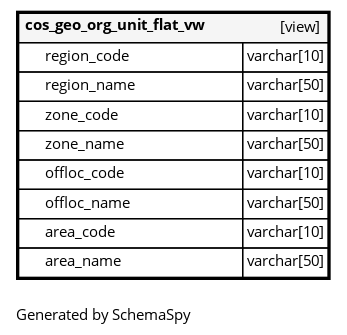
bcgov/nr-compliance-enforcement keeps this Graphviz diagram as schemaspy/diagrams/tables/cos_geo_org_unit_flat_vw.1degree.png. Above is the earlier version. Its source is kept beside it as schemaspy/diagrams/tables/cos_geo_org_unit_flat_vw.1degree.dot.
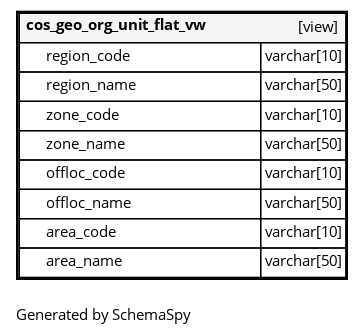
After the commit.

The edit, as a diff of the source:
```diff
@@ -3,15 +3,15 @@
   "cos_geo_org_unit_flat_vw" [
    label=<
     <TABLE BORDER="2" CELLBORDER="1" CELLSPACING="0" BGCOLOR="#ffffff">
-      <TR><TD COLSPAN="4"  BGCOLOR="#f5f5f5"><TABLE BORDER="0" CELLSPACING="0"><TR><TD ALIGN="LEFT" FIXEDSIZE="TRUE" WIDTH="147" HEIGHT="16"><B>cos_geo_org_unit_flat_vw</B></TD><TD ALIGN="RIGHT">[view]</TD></TR></TABLE></TD></TR>
-      <TR><TD PORT="region_code" COLSPAN="2" ALIGN="LEFT"><TABLE BORDER="0" CELLSPACING="0" ALIGN="LEFT"><TR ALIGN="LEFT"><TD ALIGN="LEFT" FIXEDSIZE="TRUE" WIDTH="15" HEIGHT="16"></TD><TD ALIGN="LEFT" FIXEDSIZE="TRUE" WIDTH="147" HEIGHT="16">region_code</TD></TR></TABLE></TD><TD PORT="region_code.type" ALIGN="LEFT">varchar[10]</TD></TR>
-      <TR><TD PORT="region_name" COLSPAN="2" ALIGN="LEFT"><TABLE BORDER="0" CELLSPACING="0" ALIGN="LEFT"><TR ALIGN="LEFT"><TD ALIGN="LEFT" FIXEDSIZE="TRUE" WIDTH="15" HEIGHT="16"></TD><TD ALIGN="LEFT" FIXEDSIZE="TRUE" WIDTH="147" HEIGHT="16">region_name</TD></TR></TABLE></TD><TD PORT="region_name.type" ALIGN="LEFT">varchar[50]</TD></TR>
-      <TR><TD PORT="zone_code" COLSPAN="2" ALIGN="LEFT"><TABLE BORDER="0" CELLSPACING="0" ALIGN="LEFT"><TR ALIGN="LEFT"><TD ALIGN="LEFT" FIXEDSIZE="TRUE" WIDTH="15" HEIGHT="16"></TD><TD ALIGN="LEFT" FIXEDSIZE="TRUE" WIDTH="147" HEIGHT="16">zone_code</TD></TR></TABLE></TD><TD PORT="zone_code.type" ALIGN="LEFT">varchar[10]</TD></TR>
-      <TR><TD PORT="zone_name" COLSPAN="2" ALIGN="LEFT"><TABLE BORDER="0" CELLSPACING="0" ALIGN="LEFT"><TR ALIGN="LEFT"><TD ALIGN="LEFT" FIXEDSIZE="TRUE" WIDTH="15" HEIGHT="16"></TD><TD ALIGN="LEFT" FIXEDSIZE="TRUE" WIDTH="147" HEIGHT="16">zone_name</TD></TR></TABLE></TD><TD PORT="zone_name.type" ALIGN="LEFT">varchar[50]</TD></TR>
-      <TR><TD PORT="offloc_code" COLSPAN="2" ALIGN="LEFT"><TABLE BORDER="0" CELLSPACING="0" ALIGN="LEFT"><TR ALIGN="LEFT"><TD ALIGN="LEFT" FIXEDSIZE="TRUE" WIDTH="15" HEIGHT="16"></TD><TD ALIGN="LEFT" FIXEDSIZE="TRUE" WIDTH="147" HEIGHT="16">offloc_code</TD></TR></TABLE></TD><TD PORT="offloc_code.type" ALIGN="LEFT">varchar[10]</TD></TR>
-      <TR><TD PORT="offloc_name" COLSPAN="2" ALIGN="LEFT"><TABLE BORDER="0" CELLSPACING="0" ALIGN="LEFT"><TR ALIGN="LEFT"><TD ALIGN="LEFT" FIXEDSIZE="TRUE" WIDTH="15" HEIGHT="16"></TD><TD ALIGN="LEFT" FIXEDSIZE="TRUE" WIDTH="147" HEIGHT="16">offloc_name</TD></TR></TABLE></TD><TD PORT="offloc_name.type" ALIGN="LEFT">varchar[50]</TD></TR>
-      <TR><TD PORT="area_code" COLSPAN="2" ALIGN="LEFT"><TABLE BORDER="0" CELLSPACING="0" ALIGN="LEFT"><TR ALIGN="LEFT"><TD ALIGN="LEFT" FIXEDSIZE="TRUE" WIDTH="15" HEIGHT="16"></TD><TD ALIGN="LEFT" FIXEDSIZE="TRUE" WIDTH="147" HEIGHT="16">area_code</TD></TR></TABLE></TD><TD PORT="area_code.type" ALIGN="LEFT">varchar[10]</TD></TR>
-      <TR><TD PORT="area_name" COLSPAN="2" ALIGN="LEFT"><TABLE BORDER="0" CELLSPACING="0" ALIGN="LEFT"><TR ALIGN="LEFT"><TD ALIGN="LEFT" FIXEDSIZE="TRUE" WIDTH="15" HEIGHT="16"></TD><TD ALIGN="LEFT" FIXEDSIZE="TRUE" WIDTH="147" HEIGHT="16">area_name</TD></TR></TABLE></TD><TD PORT="area_name.type" ALIGN="LEFT">varchar[50]</TD></TR>
+      <TR><TD COLSPAN="4"  BGCOLOR="#f5f5f5"><TABLE BORDER="0" CELLSPACING="0"><TR><TD ALIGN="LEFT" FIXEDSIZE="TRUE" WIDTH="160" HEIGHT="16"><B>cos_geo_org_unit_flat_vw</B></TD><TD ALIGN="RIGHT">[view]</TD></TR></TABLE></TD></TR>
+      <TR><TD PORT="region_code" COLSPAN="2" ALIGN="LEFT"><TABLE BORDER="0" CELLSPACING="0" ALIGN="LEFT"><TR ALIGN="LEFT"><TD ALIGN="LEFT" FIXEDSIZE="TRUE" WIDTH="15" HEIGHT="16"></TD><TD ALIGN="LEFT" FIXEDSIZE="TRUE" WIDTH="160" HEIGHT="16">region_code</TD></TR></TABLE></TD><TD PORT="region_code.type" ALIGN="LEFT">varchar[10]</TD></TR>
+      <TR><TD PORT="region_name" COLSPAN="2" ALIGN="LEFT"><TABLE BORDER="0" CELLSPACING="0" ALIGN="LEFT"><TR ALIGN="LEFT"><TD ALIGN="LEFT" FIXEDSIZE="TRUE" WIDTH="15" HEIGHT="16"></TD><TD ALIGN="LEFT" FIXEDSIZE="TRUE" WIDTH="160" HEIGHT="16">region_name</TD></TR></TABLE></TD><TD PORT="region_name.type" ALIGN="LEFT">varchar[50]</TD></TR>
+      <TR><TD PORT="zone_code" COLSPAN="2" ALIGN="LEFT"><TABLE BORDER="0" CELLSPACING="0" ALIGN="LEFT"><TR ALIGN="LEFT"><TD ALIGN="LEFT" FIXEDSIZE="TRUE" WIDTH="15" HEIGHT="16"></TD><TD ALIGN="LEFT" FIXEDSIZE="TRUE" WIDTH="160" HEIGHT="16">zone_code</TD></TR></TABLE></TD><TD PORT="zone_code.type" ALIGN="LEFT">varchar[10]</TD></TR>
+      <TR><TD PORT="zone_name" COLSPAN="2" ALIGN="LEFT"><TABLE BORDER="0" CELLSPACING="0" ALIGN="LEFT"><TR ALIGN="LEFT"><TD ALIGN="LEFT" FIXEDSIZE="TRUE" WIDTH="15" HEIGHT="16"></TD><TD ALIGN="LEFT" FIXEDSIZE="TRUE" WIDTH="160" HEIGHT="16">zone_name</TD></TR></TABLE></TD><TD PORT="zone_name.type" ALIGN="LEFT">varchar[50]</TD></TR>
+      <TR><TD PORT="offloc_code" COLSPAN="2" ALIGN="LEFT"><TABLE BORDER="0" CELLSPACING="0" ALIGN="LEFT"><TR ALIGN="LEFT"><TD ALIGN="LEFT" FIXEDSIZE="TRUE" WIDTH="15" HEIGHT="16"></TD><TD ALIGN="LEFT" FIXEDSIZE="TRUE" WIDTH="160" HEIGHT="16">offloc_code</TD></TR></TABLE></TD><TD PORT="offloc_code.type" ALIGN="LEFT">varchar[10]</TD></TR>
+      <TR><TD PORT="offloc_name" COLSPAN="2" ALIGN="LEFT"><TABLE BORDER="0" CELLSPACING="0" ALIGN="LEFT"><TR ALIGN="LEFT"><TD ALIGN="LEFT" FIXEDSIZE="TRUE" WIDTH="15" HEIGHT="16"></TD><TD ALIGN="LEFT" FIXEDSIZE="TRUE" WIDTH="160" HEIGHT="16">offloc_name</TD></TR></TABLE></TD><TD PORT="offloc_name.type" ALIGN="LEFT">varchar[50]</TD></TR>
+      <TR><TD PORT="area_code" COLSPAN="2" ALIGN="LEFT"><TABLE BORDER="0" CELLSPACING="0" ALIGN="LEFT"><TR ALIGN="LEFT"><TD ALIGN="LEFT" FIXEDSIZE="TRUE" WIDTH="15" HEIGHT="16"></TD><TD ALIGN="LEFT" FIXEDSIZE="TRUE" WIDTH="160" HEIGHT="16">area_code</TD></TR></TABLE></TD><TD PORT="area_code.type" ALIGN="LEFT">varchar[10]</TD></TR>
+      <TR><TD PORT="area_name" COLSPAN="2" ALIGN="LEFT"><TABLE BORDER="0" CELLSPACING="0" ALIGN="LEFT"><TR ALIGN="LEFT"><TD ALIGN="LEFT" FIXEDSIZE="TRUE" WIDTH="15" HEIGHT="16"></TD><TD ALIGN="LEFT" FIXEDSIZE="TRUE" WIDTH="160" HEIGHT="16">area_name</TD></TR></TABLE></TD><TD PORT="area_name.type" ALIGN="LEFT">varchar[50]</TD></TR>
     </TABLE>>
     URL="cos_geo_org_unit_flat_vw.html"
     target="_top"
```
